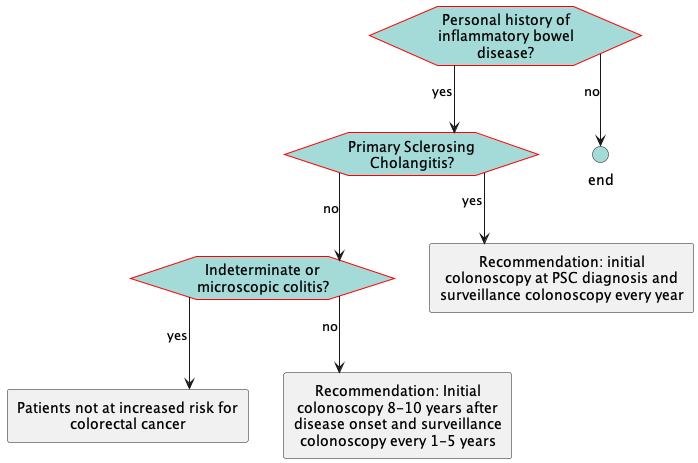
Above: images/flow-IBD.png in ccsm-cds-tools/CDC-Colorectal-Cancer-Screening-CDS-L2 (PlantUML), before the change.
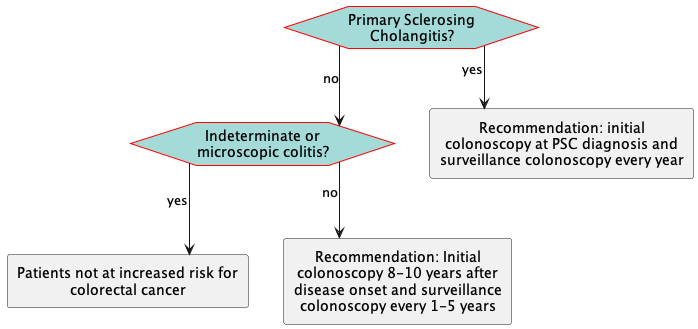
The same diagram one commit later.

What changed in the source:
```diff
@@ -17,15 +17,11 @@
     BackGroundColor: #A4DBD8
 }
 </style>
-hexagon "Personal history of inflammatory bowel disease?" as eve_IBD [[#eve-IBD]]
 hexagon "Primary Sclerosing Cholangitis?" as eve_PSC [[#eve-PSC]]
 hexagon "Indeterminate or microscopic colitis?" as eve_otherColitis [[#eve-otherColitis]]
-circle "end" as end_1 <<end>>
 rectangle "Recommendation: initial colonoscopy at PSC diagnosis and surveillance colonoscopy every year" as act_PSCSurveillance [[#act-PSCSurveillance]]
 rectangle "Patients not at increased risk for colorectal cancer" as act_avgRisk [[#act-avgRisk]]
 rectangle "Recommendation: Initial colonoscopy 8-10 years after disease onset and surveillance colonoscopy every 1-5 years" as act_IBDSurveillance [[#act-IBDSurveillance]]
-eve_IBD-->eve_PSC: yes
-eve_IBD-->end_1: no
 eve_PSC-->act_PSCSurveillance: yes
 eve_PSC-->eve_otherColitis: no
 eve_otherColitis-->act_avgRisk: yes
```
